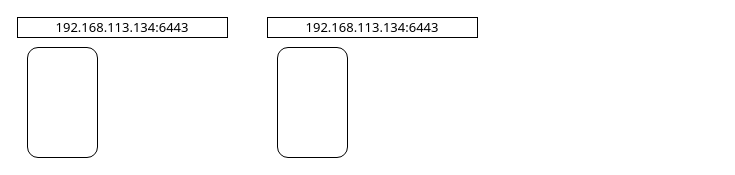
slcnx/draw.io keeps this draw.io diagram as 多集群迁移.drawio. Above is the earlier version. Source tidied: cells renumbered, new cells numbered last; positions are measured from the earlier drawing's top-left corner, leaving out a move shared by most shapes. Both pictures are drawn from the tidied source at 100%, with x=0, y=0 at pixel (17, 17).
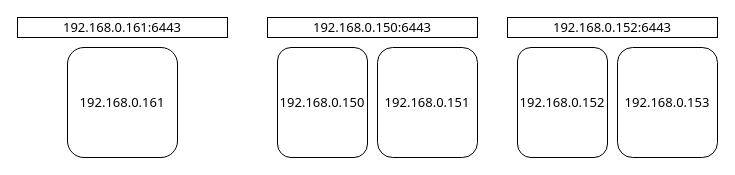
The same page after the edit.

Commit message (it also covers changes not shown here):
更新多集群迁移.drawio

What changed in the source:
```diff
@@
 <mxGraphModel>
   <root>
     <mxCell id="0" />
     <mxCell id="1" parent="0" />
-    <mxCell id="2" value="192.168.113.134:6443" style="rounded=0;whiteSpace=wrap;html=1;labelBorderColor=none;labelBackgroundColor=none;textShadow=0;spacingTop=0;spacingLeft=0;spacingBottom=0;spacingRight=0;spacing=207;verticalAlign=middle;fontSize=13;fontFamily=Tahoma;" parent="1" vertex="1">
+    <mxCell id="2" value="192.168.0.161:6443" style="rounded=0;whiteSpace=wrap;html=1;labelBorderColor=none;labelBackgroundColor=none;textShadow=0;spacingTop=0;spacingLeft=0;spacingBottom=0;spacingRight=0;spacing=207;verticalAlign=middle;fontSize=13;fontFamily=Tahoma;" parent="1" vertex="1">
       <mxGeometry width="210" height="20" as="geometry" />
     </mxCell>
-    <mxCell id="3" style="rounded=1;whiteSpace=wrap;html=1;" parent="1" vertex="1">
-      <mxGeometry x="10" y="30" width="70" height="110" as="geometry" />
+    <mxCell id="3" value="&lt;span style=&quot;font-family: Tahoma; font-size: 13px; text-wrap: nowrap;&quot;&gt;192.168.0.161&lt;/span&gt;" style="rounded=1;whiteSpace=wrap;html=1;" parent="1" vertex="1">
+      <mxGeometry x="50" y="30" width="110" height="110" as="geometry" />
     </mxCell>
-    <mxCell id="4" value="192.168.113.134:6443" style="rounded=0;whiteSpace=wrap;html=1;labelBorderColor=none;labelBackgroundColor=none;textShadow=0;spacingTop=0;spacingLeft=0;spacingBottom=0;spacingRight=0;spacing=207;verticalAlign=middle;fontSize=13;fontFamily=Tahoma;" parent="1" vertex="1">
+    <mxCell id="4" value="192.168.0.150:6443" style="rounded=0;whiteSpace=wrap;html=1;labelBorderColor=none;labelBackgroundColor=none;textShadow=0;spacingTop=0;spacingLeft=0;spacingBottom=0;spacingRight=0;spacing=207;verticalAlign=middle;fontSize=13;fontFamily=Tahoma;" parent="1" vertex="1">
       <mxGeometry x="250" width="210" height="20" as="geometry" />
     </mxCell>
-    <mxCell id="5" style="rounded=1;whiteSpace=wrap;html=1;" parent="1" vertex="1">
-      <mxGeometry x="260" y="30" width="70" height="110" as="geometry" />
+    <mxCell id="5" value="&lt;span style=&quot;font-family: Tahoma; font-size: 13px; text-wrap: nowrap;&quot;&gt;192.168.0.150&lt;/span&gt;" style="rounded=1;whiteSpace=wrap;html=1;" parent="1" vertex="1">
+      <mxGeometry x="260" y="30" width="90" height="110" as="geometry" />
     </mxCell>
+    <mxCell id="6" value="&lt;span style=&quot;font-family: Tahoma; font-size: 13px; text-wrap: nowrap;&quot;&gt;192.168.0.151&lt;/span&gt;" style="rounded=1;whiteSpace=wrap;html=1;" parent="1" vertex="1">
+      <mxGeometry x="360" y="30" width="100" height="110" as="geometry" />
+    </mxCell>
+    <mxCell id="7" value="192.168.0.152:6443" style="rounded=0;whiteSpace=wrap;html=1;labelBorderColor=none;labelBackgroundColor=none;textShadow=0;spacingTop=0;spacingLeft=0;spacingBottom=0;spacingRight=0;spacing=207;verticalAlign=middle;fontSize=13;fontFamily=Tahoma;" parent="1" vertex="1">
+      <mxGeometry x="490" width="210" height="20" as="geometry" />
+    </mxCell>
+    <mxCell id="8" value="&lt;span style=&quot;font-family: Tahoma; font-size: 13px; text-wrap: nowrap;&quot;&gt;192.168.0.152&lt;/span&gt;" style="rounded=1;whiteSpace=wrap;html=1;" parent="1" vertex="1">
+      <mxGeometry x="500" y="30" width="90" height="110" as="geometry" />
+    </mxCell>
+    <mxCell id="9" value="&lt;span style=&quot;font-family: Tahoma; font-size: 13px; text-wrap: nowrap;&quot;&gt;192.168.0.153&lt;/span&gt;" style="rounded=1;whiteSpace=wrap;html=1;" parent="1" vertex="1">
+      <mxGeometry x="600" y="30" width="100" height="110" as="geometry" />
+    </mxCell>
   </root>
 </mxGraphModel>
```
